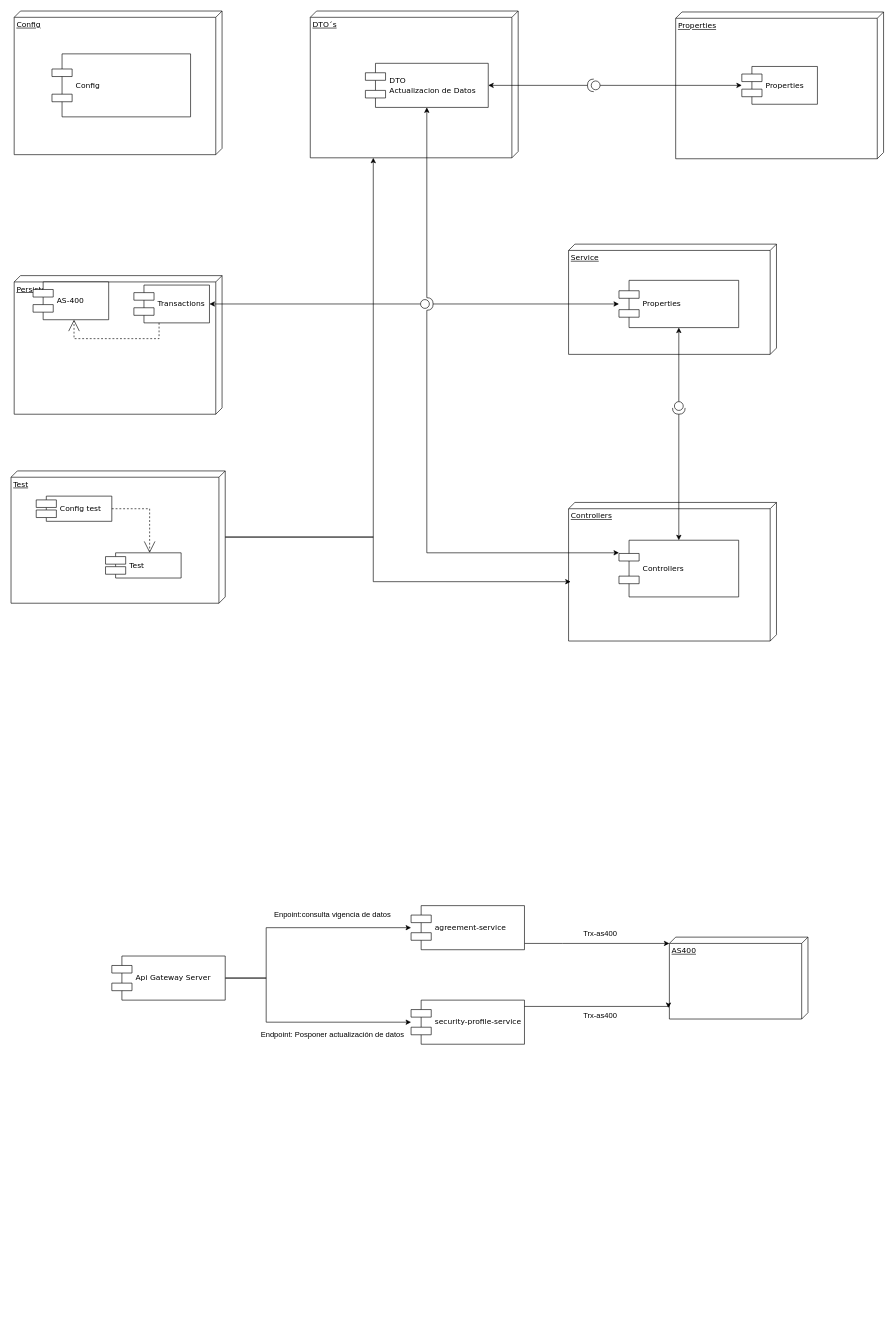
Above: Untitled Diagram.drawio in StevenGpByte/ActualizacionDatos (draw.io), before the change. Source tidied: cells renumbered, new cells numbered last; positions are measured from the earlier drawing's top-left corner, leaving out a move shared by most shapes. Both pictures are drawn from the tidied source at 63%, with x=0, y=0 at pixel (11, 11).
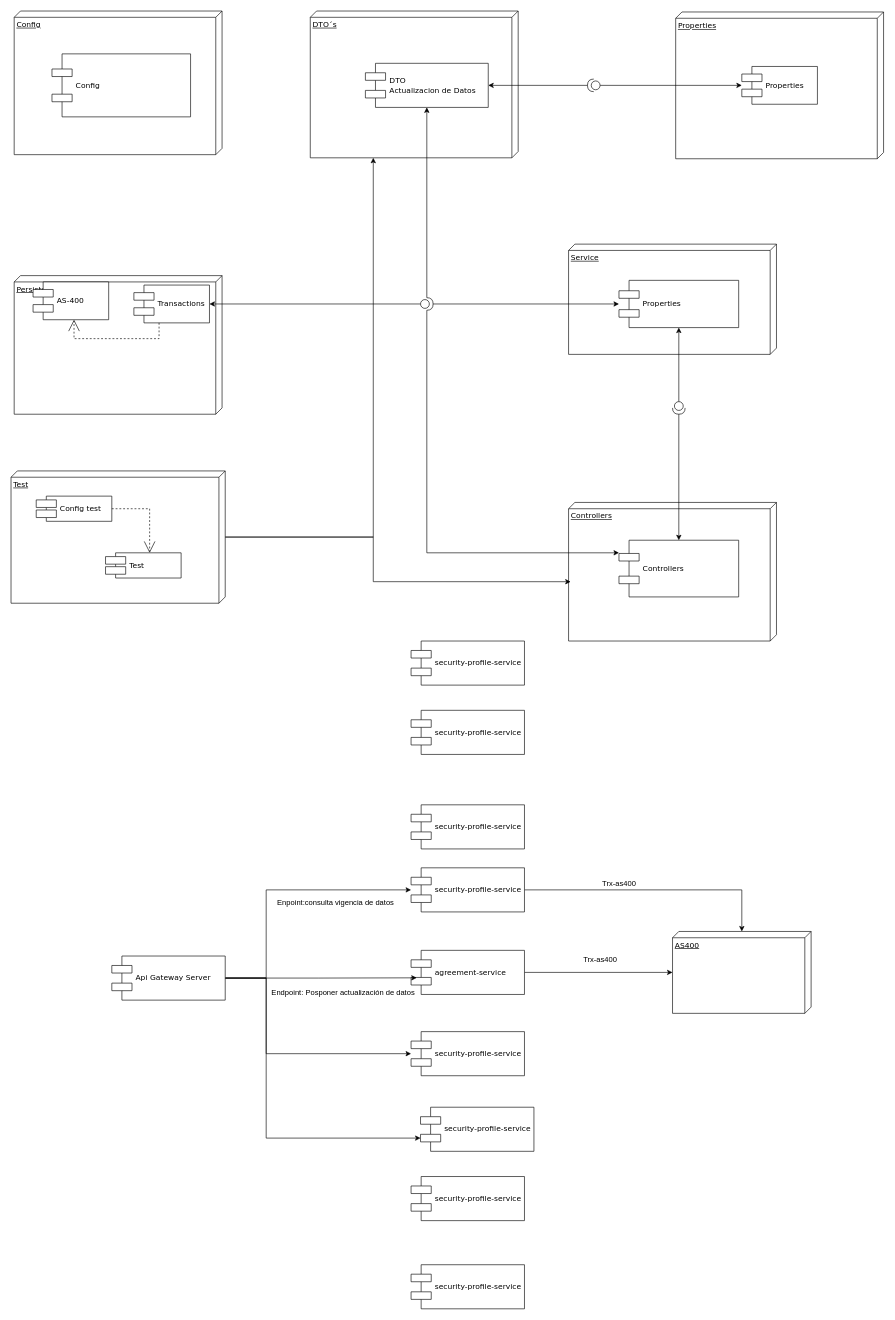
The same page after the edit.

The change refers to these unchanged cells:
```xml
<mxCell id="35" value="Api Gateway Server" style="shape=component;align=left;spacingLeft=36;rounded=0;shadow=0;comic=0;labelBackgroundColor=none;strokeWidth=1;fontFamily=Verdana;fontSize=12;html=1;" parent="1" vertex="1">
  <mxGeometry x="160" y="1500" width="180" height="70" as="geometry" />
</mxCell>
```

Diff of the diagram source:
```diff
@@
     <mxCell id="33" style="edgeStyle=orthogonalEdgeStyle;rounded=0;jettySize=auto;html=1;" parent="1" edge="1" source="35" target="37">
       <mxGeometry relative="1" as="geometry">
         <Array as="points">
           <mxPoint x="405" y="1535" />
-          <mxPoint x="405" y="1455" />
+          <mxPoint x="405" y="1395" />
         </Array>
       </mxGeometry>
     </mxCell>
     <mxCell id="34" style="edgeStyle=orthogonalEdgeStyle;rounded=0;jettySize=auto;html=1;" parent="1" edge="1" source="35" target="39">
       <mxGeometry relative="1" as="geometry">
         <Array as="points">
           <mxPoint x="405" y="1535" />
-          <mxPoint x="405" y="1605" />
+          <mxPoint x="405" y="1655" />
         </Array>
       </mxGeometry>
     </mxCell>
+    <mxCell id="45" style="edgeStyle=orthogonalEdgeStyle;rounded=0;jettySize=auto;html=1;entryX=0;entryY=0.7;entryDx=0;entryDy=0;" parent="1" edge="1" source="35" target="47">
+      <mxGeometry relative="1" as="geometry">
+        <Array as="points">
+          <mxPoint x="405" y="1535" />
+          <mxPoint x="405" y="1789" />
+        </Array>
+      </mxGeometry>
+    </mxCell>
@@
-    <mxCell id="36" style="edgeStyle=orthogonalEdgeStyle;rounded=0;orthogonalLoop=1;jettySize=auto;html=1;" parent="1" edge="1">
-      <mxGeometry relative="1" as="geometry">
-        <mxPoint x="815" y="1480" as="sourcePoint" />
-        <mxPoint x="1045" y="1480" as="targetPoint" />
-        <Array as="points">
-          <mxPoint x="875" y="1480" />
-          <mxPoint x="875" y="1480" />
-        </Array>
-      </mxGeometry>
-    </mxCell>
+    <mxCell id="46" style="edgeStyle=orthogonalEdgeStyle;rounded=0;jettySize=auto;html=1;" parent="1" edge="1" source="37" target="38">
+      <mxGeometry relative="1" as="geometry" />
+    </mxCell>
-    <mxCell id="37" value="agreement-service" style="shape=component;align=left;spacingLeft=36;rounded=0;shadow=0;comic=0;labelBackgroundColor=none;strokeWidth=1;fontFamily=Verdana;fontSize=12;html=1;" parent="1" vertex="1">
-      <mxGeometry x="635" y="1420" width="180" height="70" as="geometry" />
+    <mxCell id="37" value="security-profile-service&amp;nbsp;" style="shape=component;align=left;spacingLeft=36;rounded=0;shadow=0;comic=0;labelBackgroundColor=none;strokeWidth=1;fontFamily=Verdana;fontSize=12;html=1;" parent="1" vertex="1">
+      <mxGeometry x="635" y="1360" width="180" height="70" as="geometry" />
     </mxCell>
     <mxCell id="38" value="AS400" style="verticalAlign=top;align=left;spacingTop=8;spacingLeft=2;spacingRight=12;shape=cube;size=10;direction=south;fontStyle=4;html=1;rounded=0;shadow=0;comic=0;labelBackgroundColor=none;strokeWidth=1;fontFamily=Verdana;fontSize=12;" parent="1" vertex="1">
-      <mxGeometry x="1045" y="1470" width="220" height="130" as="geometry" />
+      <mxGeometry x="1050" y="1461" width="220" height="130" as="geometry" />
     </mxCell>
     <mxCell id="39" value="security-profile-service" style="shape=component;align=left;spacingLeft=36;rounded=0;shadow=0;comic=0;labelBackgroundColor=none;strokeWidth=1;fontFamily=Verdana;fontSize=12;html=1;" parent="1" vertex="1">
-      <mxGeometry x="635" y="1570" width="180" height="70" as="geometry" />
+      <mxGeometry x="635" y="1620" width="180" height="70" as="geometry" />
     </mxCell>
     <mxCell id="40" value="Enpoint:consulta vigencia de datos" style="text;html=1;align=center;verticalAlign=middle;strokeColor=none;fillColor=none;" parent="1" vertex="1">
-      <mxGeometry x="405" y="1420" width="210" height="30" as="geometry" />
+      <mxGeometry x="410" y="1400" width="210" height="30" as="geometry" />
     </mxCell>
     <mxCell id="41" value="Trx-as400&lt;br&gt;" style="text;html=1;align=center;verticalAlign=middle;strokeColor=none;fillColor=none;" parent="1" vertex="1">
-      <mxGeometry x="895" y="1450" width="80" height="30" as="geometry" />
+      <mxGeometry x="925" y="1370" width="80" height="30" as="geometry" />
     </mxCell>
     <mxCell id="42" value="Endpoint: Posponer actualización de datos" style="text;html=1;align=center;verticalAlign=middle;strokeColor=none;fillColor=none;" parent="1" vertex="1">
-      <mxGeometry x="385" y="1610" width="250" height="30" as="geometry" />
+      <mxGeometry x="402" y="1543" width="250" height="30" as="geometry" />
     </mxCell>
-    <mxCell id="43" style="edgeStyle=orthogonalEdgeStyle;rounded=0;jettySize=auto;html=1;entryX=0.865;entryY=1.007;entryDx=0;entryDy=0;entryPerimeter=0;" parent="1" edge="1" source="39" target="38">
-      <mxGeometry relative="1" as="geometry">
-        <Array as="points">
-          <mxPoint x="1044" y="1580" />
-        </Array>
-      </mxGeometry>
-    </mxCell>
     <mxCell id="44" value="Trx-as400" style="text;html=1;align=center;verticalAlign=middle;strokeColor=none;fillColor=none;" parent="1" vertex="1">
-      <mxGeometry x="895" y="1580" width="80" height="30" as="geometry" />
+      <mxGeometry x="895" y="1491" width="80" height="30" as="geometry" />
     </mxCell>
+    <mxCell id="47" value="security-profile-service" style="shape=component;align=left;spacingLeft=36;rounded=0;shadow=0;comic=0;labelBackgroundColor=none;strokeWidth=1;fontFamily=Verdana;fontSize=12;html=1;" parent="1" vertex="1">
+      <mxGeometry x="650" y="1740" width="180" height="70" as="geometry" />
+    </mxCell>
+    <mxCell id="48" value="security-profile-service" style="shape=component;align=left;spacingLeft=36;rounded=0;shadow=0;comic=0;labelBackgroundColor=none;strokeWidth=1;fontFamily=Verdana;fontSize=12;html=1;" parent="1" vertex="1">
+      <mxGeometry x="635" y="1850" width="180" height="70" as="geometry" />
+    </mxCell>
+    <mxCell id="49" value="security-profile-service" style="shape=component;align=left;spacingLeft=36;rounded=0;shadow=0;comic=0;labelBackgroundColor=none;strokeWidth=1;fontFamily=Verdana;fontSize=12;html=1;" parent="1" vertex="1">
+      <mxGeometry x="635" y="1990" width="180" height="70" as="geometry" />
+    </mxCell>
+    <mxCell id="50" value="security-profile-service" style="shape=component;align=left;spacingLeft=36;rounded=0;shadow=0;comic=0;labelBackgroundColor=none;strokeWidth=1;fontFamily=Verdana;fontSize=12;html=1;" parent="1" vertex="1">
+      <mxGeometry x="635" y="1260" width="180" height="70" as="geometry" />
+    </mxCell>
+    <mxCell id="51" value="security-profile-service" style="shape=component;align=left;spacingLeft=36;rounded=0;shadow=0;comic=0;labelBackgroundColor=none;strokeWidth=1;fontFamily=Verdana;fontSize=12;html=1;" parent="1" vertex="1">
+      <mxGeometry x="635" y="1110" width="180" height="70" as="geometry" />
+    </mxCell>
+    <mxCell id="52" value="security-profile-service" style="shape=component;align=left;spacingLeft=36;rounded=0;shadow=0;comic=0;labelBackgroundColor=none;strokeWidth=1;fontFamily=Verdana;fontSize=12;html=1;" parent="1" vertex="1">
+      <mxGeometry x="635" y="1000" width="180" height="70" as="geometry" />
+    </mxCell>
+    <mxCell id="53" style="edgeStyle=orthogonalEdgeStyle;rounded=0;jettySize=auto;html=1;" parent="1" edge="1" source="54" target="38">
+      <mxGeometry relative="1" as="geometry" />
+    </mxCell>
+    <mxCell id="54" value="agreement-service" style="shape=component;align=left;spacingLeft=36;rounded=0;shadow=0;comic=0;labelBackgroundColor=none;strokeWidth=1;fontFamily=Verdana;fontSize=12;html=1;" parent="1" vertex="1">
+      <mxGeometry x="635" y="1491" width="180" height="70" as="geometry" />
+    </mxCell>
+    <mxCell id="55" style="edgeStyle=orthogonalEdgeStyle;rounded=0;jettySize=auto;html=1;entryX=0.05;entryY=0.623;entryDx=0;entryDy=0;entryPerimeter=0;" parent="1" edge="1" source="35" target="54">
+      <mxGeometry relative="1" as="geometry" />
+    </mxCell>
```
